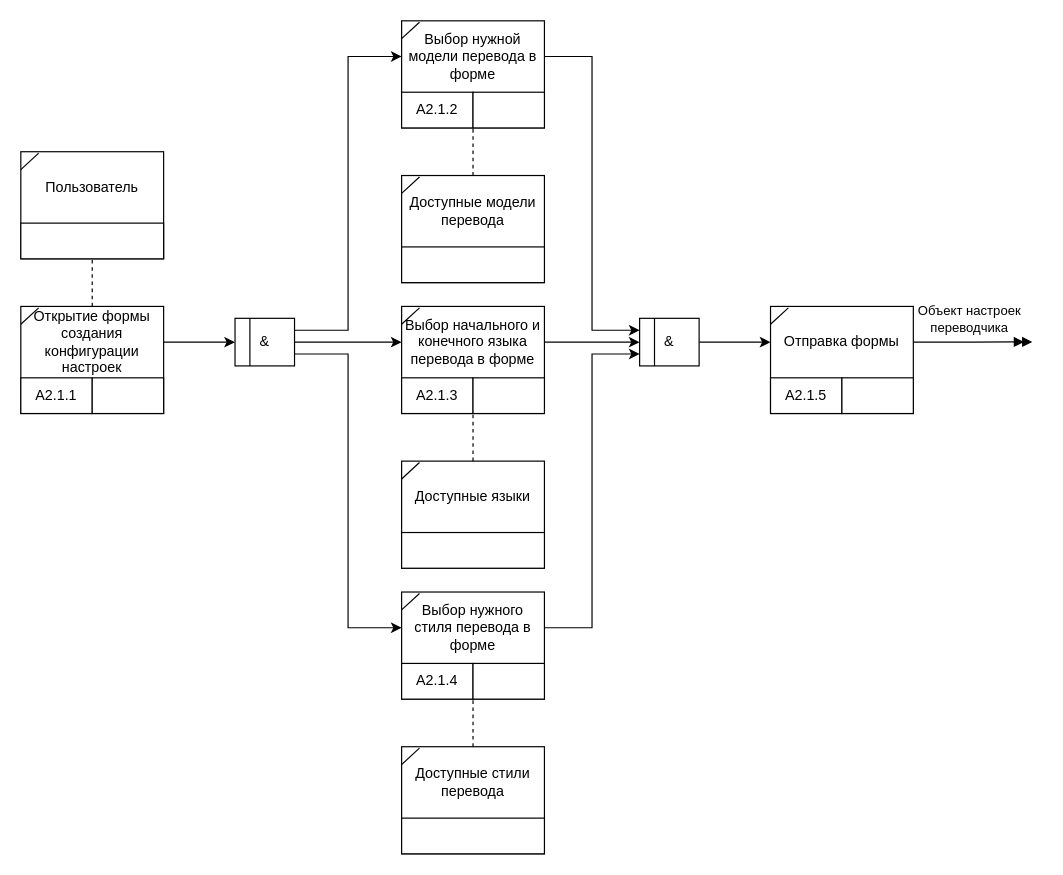
This is ISD/labs/3/idef3-2.drawio from XoJIoDuJIHuK/7-term, a draw.io file, before an edit. Source tidied: cells renumbered, new cells numbered last; positions are measured from the earlier drawing's top-left corner, leaving out a move shared by most shapes. Both pictures are drawn from the tidied source at 119%, with x=0, y=0 at pixel (20, 20).
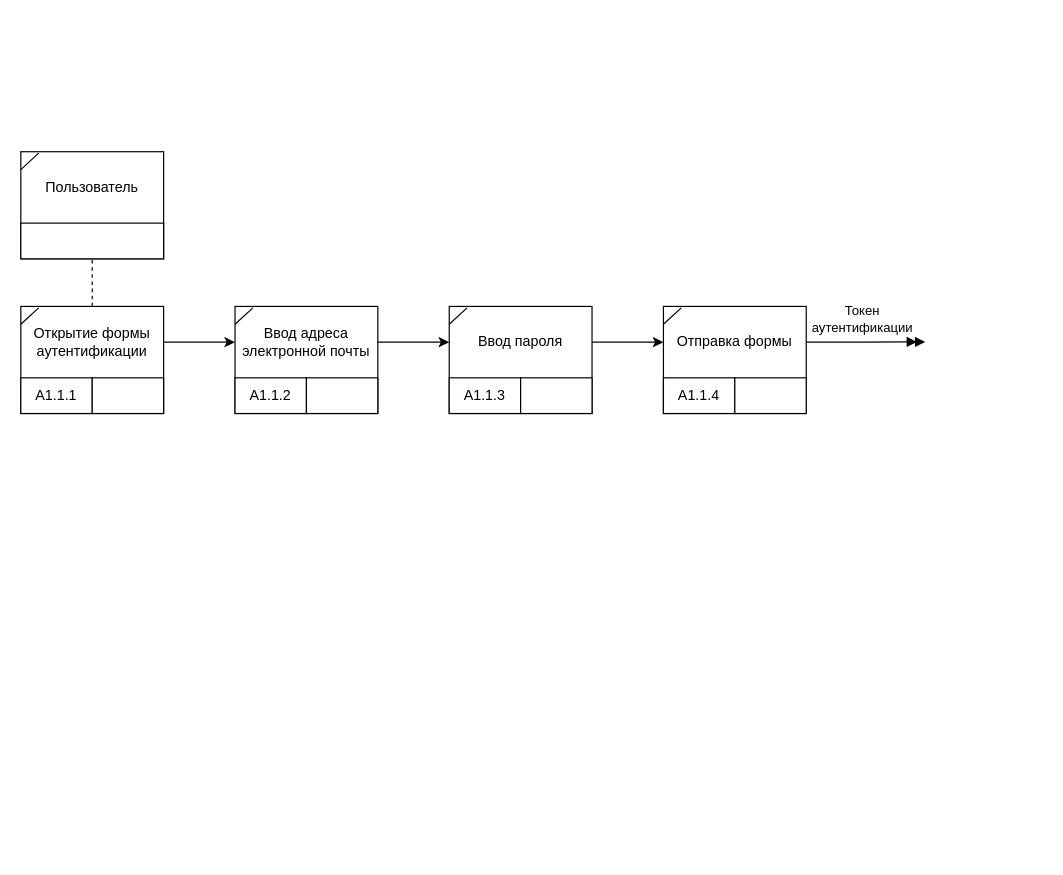
After the change.

What changed in the source:
```diff
@@
-    <mxCell id="2" style="rounded=0;whiteSpace=wrap;html=1;" parent="1" vertex="1">
-      <mxGeometry x="320" y="480" width="120" height="90" as="geometry" />
-    </mxCell>
-    <mxCell id="3" value="А2.1.4" style="rounded=0;whiteSpace=wrap;html=1;" parent="1" vertex="1">
-      <mxGeometry x="320" y="540" width="60" height="30" as="geometry" />
-    </mxCell>
-    <mxCell id="4" style="rounded=0;whiteSpace=wrap;html=1;" parent="1" vertex="1">
-      <mxGeometry x="380" y="540" width="60" height="30" as="geometry" />
-    </mxCell>
-    <mxCell id="5" style="edgeStyle=orthogonalEdgeStyle;rounded=0;jettySize=auto;html=1;exitX=1;exitY=0.5;exitDx=0;exitDy=0;entryX=0;entryY=0.75;entryDx=0;entryDy=0;" parent="1" edge="1" source="6" target="59">
-      <mxGeometry relative="1" as="geometry" />
-    </mxCell>
-    <mxCell id="6" value="Выбор нужного стиля перевода в форме" style="text;html=1;align=center;verticalAlign=middle;whiteSpace=wrap;rounded=0;" parent="1" vertex="1">
-      <mxGeometry x="320" y="480" width="120" height="60" as="geometry" />
-    </mxCell>
-    <mxCell id="7" style="endArrow=none;html=1;rounded=0;exitX=0;exitY=0.25;exitDx=0;exitDy=0;entryX=0.125;entryY=0.02;entryDx=0;entryDy=0;entryPerimeter=0;" parent="1" edge="1" source="6" target="6">
-      <mxGeometry relative="1" as="geometry" />
-    </mxCell>
@@
-    <mxCell id="12" style="rounded=0;whiteSpace=wrap;html=1;" parent="1" vertex="1">
-      <mxGeometry x="320" y="610" width="120" height="90" as="geometry" />
-    </mxCell>
-    <mxCell id="13" style="rounded=0;whiteSpace=wrap;html=1;" parent="1" vertex="1">
-      <mxGeometry x="320" y="670" width="120" height="30" as="geometry" />
-    </mxCell>
-    <mxCell id="14" style="edgeStyle=orthogonalEdgeStyle;rounded=0;jettySize=auto;html=1;exitX=0.5;exitY=0;exitDx=0;exitDy=0;entryX=0;entryY=1;entryDx=0;entryDy=0;startArrow=none;startFill=0;endArrow=none;endFill=0;dashed=1;" parent="1" edge="1" source="15" target="4">
-      <mxGeometry relative="1" as="geometry" />
-    </mxCell>
-    <mxCell id="15" value="Доступные стили перевода" style="text;html=1;align=center;verticalAlign=middle;whiteSpace=wrap;rounded=0;" parent="1" vertex="1">
-      <mxGeometry x="320" y="610" width="120" height="60" as="geometry" />
-    </mxCell>
-    <mxCell id="16" style="endArrow=none;html=1;rounded=0;exitX=0;exitY=0.25;exitDx=0;exitDy=0;entryX=0.125;entryY=0.02;entryDx=0;entryDy=0;entryPerimeter=0;" parent="1" edge="1" source="15" target="15">
-      <mxGeometry relative="1" as="geometry" />
-    </mxCell>
-    <mxCell id="17" style="rounded=0;whiteSpace=wrap;html=1;" parent="1" vertex="1">
-      <mxGeometry x="320" width="120" height="90" as="geometry" />
-    </mxCell>
-    <mxCell id="18" value="А2.1.2" style="rounded=0;whiteSpace=wrap;html=1;" parent="1" vertex="1">
-      <mxGeometry x="320" y="60" width="60" height="30" as="geometry" />
-    </mxCell>
-    <mxCell id="19" style="rounded=0;whiteSpace=wrap;html=1;" parent="1" vertex="1">
-      <mxGeometry x="380" y="60" width="60" height="30" as="geometry" />
-    </mxCell>
-    <mxCell id="20" style="edgeStyle=orthogonalEdgeStyle;rounded=0;jettySize=auto;html=1;exitX=1;exitY=0.5;exitDx=0;exitDy=0;entryX=0;entryY=0.25;entryDx=0;entryDy=0;" parent="1" edge="1" source="21" target="59">
-      <mxGeometry relative="1" as="geometry" />
-    </mxCell>
-    <mxCell id="21" value="Выбор нужной модели перевода в форме" style="text;html=1;align=center;verticalAlign=middle;whiteSpace=wrap;rounded=0;" parent="1" vertex="1">
-      <mxGeometry x="320" width="120" height="60" as="geometry" />
-    </mxCell>
-    <mxCell id="22" style="endArrow=none;html=1;rounded=0;exitX=0;exitY=0.25;exitDx=0;exitDy=0;entryX=0.125;entryY=0.02;entryDx=0;entryDy=0;entryPerimeter=0;" parent="1" edge="1" source="21" target="21">
-      <mxGeometry relative="1" as="geometry" />
-    </mxCell>
-    <mxCell id="23" style="rounded=0;whiteSpace=wrap;html=1;" parent="1" vertex="1">
-      <mxGeometry x="320" y="130" width="120" height="90" as="geometry" />
-    </mxCell>
-    <mxCell id="24" style="rounded=0;whiteSpace=wrap;html=1;" parent="1" vertex="1">
-      <mxGeometry x="320" y="190" width="120" height="30" as="geometry" />
-    </mxCell>
-    <mxCell id="25" value="Доступные модели перевода" style="text;html=1;align=center;verticalAlign=middle;whiteSpace=wrap;rounded=0;" parent="1" vertex="1">
-      <mxGeometry x="320" y="130" width="120" height="60" as="geometry" />
-    </mxCell>
-    <mxCell id="26" style="endArrow=none;html=1;rounded=0;exitX=0;exitY=0.25;exitDx=0;exitDy=0;entryX=0.125;entryY=0.02;entryDx=0;entryDy=0;entryPerimeter=0;" parent="1" edge="1" source="25" target="25">
-      <mxGeometry relative="1" as="geometry" />
-    </mxCell>
-    <mxCell id="27" style="edgeStyle=orthogonalEdgeStyle;rounded=0;jettySize=auto;html=1;exitX=0.5;exitY=0;exitDx=0;exitDy=0;entryX=1;entryY=1;entryDx=0;entryDy=0;startArrow=none;startFill=0;endArrow=none;endFill=0;dashed=1;" parent="1" edge="1" source="25" target="18">
-      <mxGeometry relative="1" as="geometry" />
-    </mxCell>
-    <mxCell id="28" style="rounded=0;whiteSpace=wrap;html=1;" parent="1" vertex="1">
-      <mxGeometry x="320" y="240" width="120" height="90" as="geometry" />
-    </mxCell>
-    <mxCell id="29" value="А2.1.3" style="rounded=0;whiteSpace=wrap;html=1;" parent="1" vertex="1">
-      <mxGeometry x="320" y="300" width="60" height="30" as="geometry" />
-    </mxCell>
-    <mxCell id="30" style="rounded=0;whiteSpace=wrap;html=1;" parent="1" vertex="1">
-      <mxGeometry x="380" y="300" width="60" height="30" as="geometry" />
-    </mxCell>
-    <mxCell id="31" style="edgeStyle=orthogonalEdgeStyle;rounded=0;jettySize=auto;html=1;exitX=1;exitY=0.5;exitDx=0;exitDy=0;entryX=0;entryY=0.5;entryDx=0;entryDy=0;" parent="1" edge="1" source="32" target="59">
-      <mxGeometry relative="1" as="geometry" />
-    </mxCell>
-    <mxCell id="32" value="Выбор начального и конечного языка перевода в форме" style="text;html=1;align=center;verticalAlign=middle;whiteSpace=wrap;rounded=0;" parent="1" vertex="1">
-      <mxGeometry x="320" y="240" width="120" height="60" as="geometry" />
-    </mxCell>
-    <mxCell id="33" style="endArrow=none;html=1;rounded=0;exitX=0;exitY=0.25;exitDx=0;exitDy=0;entryX=0.125;entryY=0.02;entryDx=0;entryDy=0;entryPerimeter=0;" parent="1" edge="1" source="32" target="32">
-      <mxGeometry relative="1" as="geometry" />
-    </mxCell>
-    <mxCell id="34" style="rounded=0;whiteSpace=wrap;html=1;" parent="1" vertex="1">
-      <mxGeometry x="320" y="370" width="120" height="90" as="geometry" />
-    </mxCell>
-    <mxCell id="35" style="rounded=0;whiteSpace=wrap;html=1;" parent="1" vertex="1">
-      <mxGeometry x="320" y="430" width="120" height="30" as="geometry" />
-    </mxCell>
-    <mxCell id="36" value="Доступные языки" style="text;html=1;align=center;verticalAlign=middle;whiteSpace=wrap;rounded=0;" parent="1" vertex="1">
-      <mxGeometry x="320" y="370" width="120" height="60" as="geometry" />
-    </mxCell>
-    <mxCell id="37" style="endArrow=none;html=1;rounded=0;exitX=0;exitY=0.25;exitDx=0;exitDy=0;entryX=0.125;entryY=0.02;entryDx=0;entryDy=0;entryPerimeter=0;" parent="1" edge="1" source="36" target="36">
-      <mxGeometry relative="1" as="geometry" />
-    </mxCell>
-    <mxCell id="38" style="edgeStyle=orthogonalEdgeStyle;rounded=0;jettySize=auto;html=1;exitX=0.5;exitY=0;exitDx=0;exitDy=0;entryX=1;entryY=1;entryDx=0;entryDy=0;startArrow=none;startFill=0;endArrow=none;endFill=0;dashed=1;" parent="1" edge="1" source="36" target="29">
-      <mxGeometry relative="1" as="geometry" />
-    </mxCell>
     <mxCell id="39" style="rounded=0;whiteSpace=wrap;html=1;" parent="1" vertex="1">
-      <mxGeometry x="630" y="240" width="120" height="90" as="geometry" />
+      <mxGeometry x="540" y="240" width="120" height="90" as="geometry" />
     </mxCell>
-    <mxCell id="40" value="А2.1.5" style="rounded=0;whiteSpace=wrap;html=1;" parent="1" vertex="1">
-      <mxGeometry x="630" y="300" width="60" height="30" as="geometry" />
+    <mxCell id="40" value="А1.1.4" style="rounded=0;whiteSpace=wrap;html=1;" parent="1" vertex="1">
+      <mxGeometry x="540" y="300" width="60" height="30" as="geometry" />
     </mxCell>
     <mxCell id="41" style="rounded=0;whiteSpace=wrap;html=1;" parent="1" vertex="1">
-      <mxGeometry x="690" y="300" width="60" height="30" as="geometry" />
+      <mxGeometry x="600" y="300" width="60" height="30" as="geometry" />
     </mxCell>
     <mxCell id="42" style="edgeStyle=orthogonalEdgeStyle;rounded=0;jettySize=auto;html=1;exitX=1;exitY=0.5;exitDx=0;exitDy=0;endArrow=doubleBlock;endFill=1;" parent="1" edge="1" source="44">
       <mxGeometry relative="1" as="geometry">
-        <mxPoint x="850" y="269.8" as="targetPoint" />
+        <mxPoint x="760" y="269.8" as="targetPoint" />
       </mxGeometry>
     </mxCell>
-    <mxCell id="43" value="Объект настроек&lt;div&gt;переводчика&lt;/div&gt;" style="edgeLabel;html=1;align=center;verticalAlign=middle;" parent="42" vertex="1">
+    <mxCell id="43" value="Токен&lt;div&gt;аутентификации&lt;/div&gt;" style="edgeLabel;html=1;align=center;verticalAlign=middle;" parent="42" vertex="1">
       <mxGeometry x="-0.08" y="1" relative="1" as="geometry">
         <mxPoint y="-19" as="offset" />
       </mxGeometry>
     </mxCell>
     <mxCell id="44" value="Отправка формы" style="text;html=1;align=center;verticalAlign=middle;whiteSpace=wrap;rounded=0;" parent="1" vertex="1">
-      <mxGeometry x="630" y="240" width="120" height="60" as="geometry" />
+      <mxGeometry x="540" y="240" width="120" height="60" as="geometry" />
     </mxCell>
@@
-    <mxCell id="47" value="А2.1.1" style="rounded=0;whiteSpace=wrap;html=1;" parent="1" vertex="1">
+    <mxCell id="47" value="А1.1.1" style="rounded=0;whiteSpace=wrap;html=1;" parent="1" vertex="1">
       <mxGeometry y="300" width="60" height="30" as="geometry" />
     </mxCell>
@@
-    <mxCell id="49" style="edgeStyle=orthogonalEdgeStyle;rounded=0;jettySize=auto;html=1;exitX=1;exitY=0.5;exitDx=0;exitDy=0;entryX=0;entryY=0.5;entryDx=0;entryDy=0;" parent="1" edge="1" source="50" target="55">
-      <mxGeometry relative="1" as="geometry" />
+    <mxCell id="49" style="edgeStyle=orthogonalEdgeStyle;rounded=0;jettySize=auto;html=1;exitX=1;exitY=0.5;exitDx=0;exitDy=0;entryX=0;entryY=0.5;entryDx=0;entryDy=0;" parent="1" edge="1" source="50">
+      <mxGeometry relative="1" as="geometry">
+        <mxPoint x="180" y="270" as="targetPoint" />
+      </mxGeometry>
     </mxCell>
-    <mxCell id="50" value="Открытие формы создания конфигурации настроек" style="text;html=1;align=center;verticalAlign=middle;whiteSpace=wrap;rounded=0;" parent="1" vertex="1">
+    <mxCell id="50" value="Открытие формы аутентификации" style="text;html=1;align=center;verticalAlign=middle;whiteSpace=wrap;rounded=0;" parent="1" vertex="1">
       <mxGeometry y="240" width="120" height="60" as="geometry" />
     </mxCell>
@@
-    <mxCell id="52" style="edgeStyle=orthogonalEdgeStyle;rounded=0;jettySize=auto;html=1;exitX=1;exitY=0.25;exitDx=0;exitDy=0;entryX=0;entryY=0.5;entryDx=0;entryDy=0;" parent="1" edge="1" source="55" target="21">
-      <mxGeometry relative="1" as="geometry" />
-    </mxCell>
-    <mxCell id="53" style="edgeStyle=orthogonalEdgeStyle;rounded=0;jettySize=auto;html=1;exitX=1;exitY=0.5;exitDx=0;exitDy=0;entryX=0;entryY=0.5;entryDx=0;entryDy=0;" parent="1" edge="1" source="55" target="32">
-      <mxGeometry relative="1" as="geometry" />
-    </mxCell>
-    <mxCell id="54" style="edgeStyle=orthogonalEdgeStyle;rounded=0;jettySize=auto;html=1;exitX=1;exitY=0.75;exitDx=0;exitDy=0;entryX=0;entryY=0.5;entryDx=0;entryDy=0;" parent="1" edge="1" source="55" target="6">
-      <mxGeometry relative="1" as="geometry" />
-    </mxCell>
-    <mxCell id="55" value="&amp;amp;" style="rounded=0;whiteSpace=wrap;html=1;" parent="1" vertex="1">
-      <mxGeometry x="180" y="250" width="50" height="40" as="geometry" />
-    </mxCell>
-    <mxCell id="56" style="endArrow=none;html=1;rounded=0;entryX=0.25;entryY=0;entryDx=0;entryDy=0;exitX=0.25;exitY=1;exitDx=0;exitDy=0;" parent="1" edge="1" source="55" target="55">
-      <mxGeometry relative="1" as="geometry" />
-    </mxCell>
@@
-    <mxCell id="58" style="edgeStyle=orthogonalEdgeStyle;rounded=0;jettySize=auto;html=1;exitX=1;exitY=0.5;exitDx=0;exitDy=0;entryX=0;entryY=0.5;entryDx=0;entryDy=0;" parent="1" edge="1" source="59" target="44">
-      <mxGeometry relative="1" as="geometry" />
-    </mxCell>
-    <mxCell id="59" value="&amp;amp;" style="rounded=0;whiteSpace=wrap;html=1;" parent="1" vertex="1">
-      <mxGeometry x="520" y="250" width="50" height="40" as="geometry" />
-    </mxCell>
-    <mxCell id="60" style="endArrow=none;html=1;rounded=0;entryX=0.25;entryY=0;entryDx=0;entryDy=0;exitX=0.25;exitY=1;exitDx=0;exitDy=0;" parent="1" edge="1" source="59" target="59">
-      <mxGeometry relative="1" as="geometry" />
-    </mxCell>
+    <mxCell id="61" style="rounded=0;whiteSpace=wrap;html=1;" parent="1" vertex="1">
+      <mxGeometry x="180" y="240" width="120" height="90" as="geometry" />
+    </mxCell>
+    <mxCell id="62" value="А1.1.2" style="rounded=0;whiteSpace=wrap;html=1;" parent="1" vertex="1">
+      <mxGeometry x="180" y="300" width="60" height="30" as="geometry" />
+    </mxCell>
+    <mxCell id="63" style="rounded=0;whiteSpace=wrap;html=1;" parent="1" vertex="1">
+      <mxGeometry x="240" y="300" width="60" height="30" as="geometry" />
+    </mxCell>
+    <mxCell id="64" style="edgeStyle=orthogonalEdgeStyle;rounded=0;jettySize=auto;html=1;exitX=1;exitY=0.5;exitDx=0;exitDy=0;entryX=0;entryY=0.5;entryDx=0;entryDy=0;" parent="1" edge="1" source="65">
+      <mxGeometry relative="1" as="geometry">
+        <mxPoint x="360" y="270" as="targetPoint" />
+      </mxGeometry>
+    </mxCell>
+    <mxCell id="65" value="Ввод адреса электронной почты" style="text;html=1;align=center;verticalAlign=middle;whiteSpace=wrap;rounded=0;" parent="1" vertex="1">
+      <mxGeometry x="180" y="240" width="120" height="60" as="geometry" />
+    </mxCell>
+    <mxCell id="66" style="endArrow=none;html=1;rounded=0;exitX=0;exitY=0.25;exitDx=0;exitDy=0;entryX=0.125;entryY=0.02;entryDx=0;entryDy=0;entryPerimeter=0;" parent="1" edge="1" source="65" target="65">
+      <mxGeometry relative="1" as="geometry" />
+    </mxCell>
+    <mxCell id="67" style="rounded=0;whiteSpace=wrap;html=1;" parent="1" vertex="1">
+      <mxGeometry x="360" y="240" width="120" height="90" as="geometry" />
+    </mxCell>
+    <mxCell id="68" value="А1.1.3" style="rounded=0;whiteSpace=wrap;html=1;" parent="1" vertex="1">
+      <mxGeometry x="360" y="300" width="60" height="30" as="geometry" />
+    </mxCell>
+    <mxCell id="69" style="rounded=0;whiteSpace=wrap;html=1;" parent="1" vertex="1">
+      <mxGeometry x="420" y="300" width="60" height="30" as="geometry" />
+    </mxCell>
+    <mxCell id="70" style="edgeStyle=orthogonalEdgeStyle;rounded=0;jettySize=auto;html=1;exitX=1;exitY=0.5;exitDx=0;exitDy=0;entryX=0;entryY=0.5;entryDx=0;entryDy=0;" parent="1" edge="1" source="71">
+      <mxGeometry relative="1" as="geometry">
+        <mxPoint x="540" y="270" as="targetPoint" />
+      </mxGeometry>
+    </mxCell>
+    <mxCell id="71" value="Ввод пароля" style="text;html=1;align=center;verticalAlign=middle;whiteSpace=wrap;rounded=0;" parent="1" vertex="1">
+      <mxGeometry x="360" y="240" width="120" height="60" as="geometry" />
+    </mxCell>
+    <mxCell id="72" style="endArrow=none;html=1;rounded=0;exitX=0;exitY=0.25;exitDx=0;exitDy=0;entryX=0.125;entryY=0.02;entryDx=0;entryDy=0;entryPerimeter=0;" parent="1" edge="1" source="71" target="71">
+      <mxGeometry relative="1" as="geometry" />
+    </mxCell>
```
